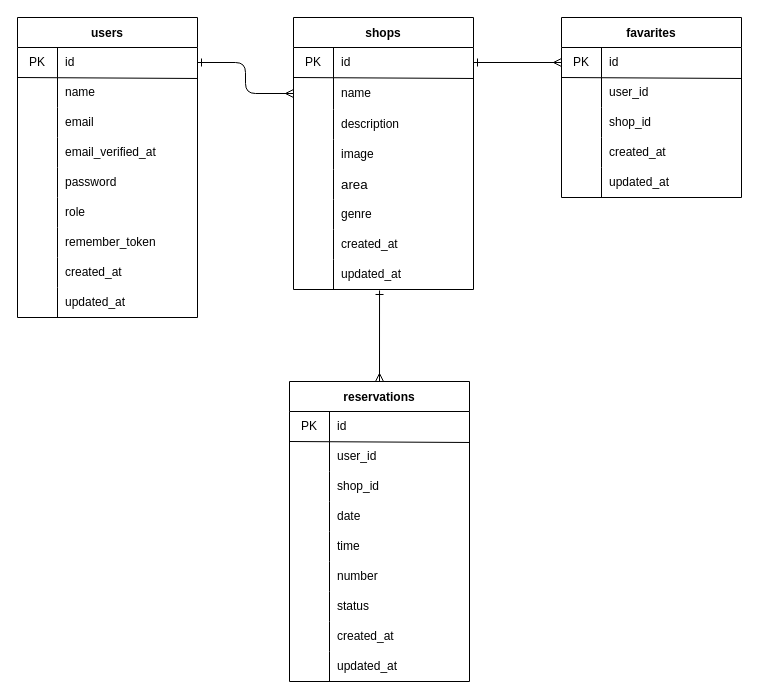
The draw.io diagram erd.dio in shun1019/rese-app, before the edit. Source tidied: cells renumbered, new cells numbered last; positions are measured from the earlier drawing's top-left corner, leaving out a move shared by most shapes. Both pictures are drawn from the tidied source at 100%, with x=0, y=0 at pixel (17, 17).
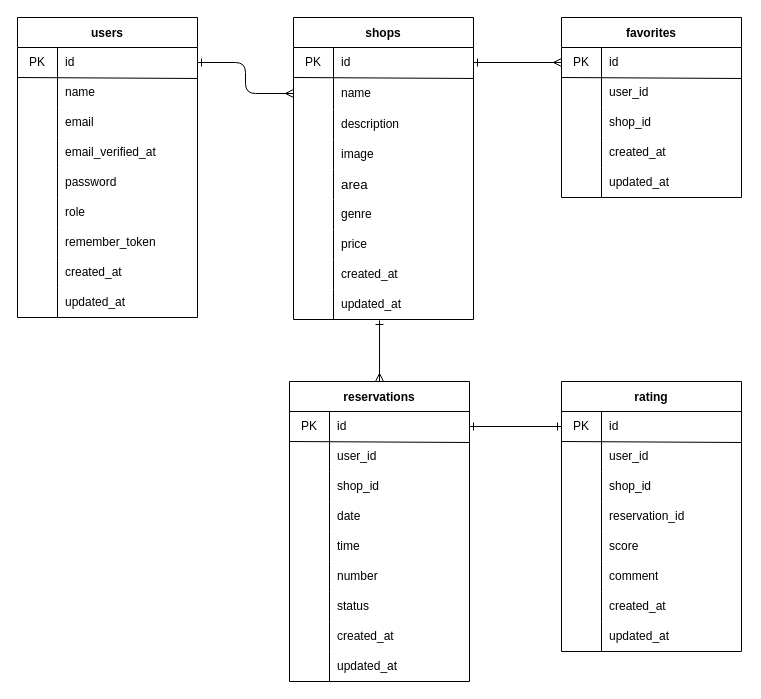
The same page after the edit.

Unchanged cells that the change refers to:
```xml
<mxCell id="59" style="shape=tableRow;horizontal=0;startSize=0;swimlaneHead=0;swimlaneBody=0;top=0;left=0;bottom=0;right=0;fillColor=none;points=[[0,0.5],[1,0.5]];portConstraint=eastwest;fontColor=#000000;" parent="58" vertex="1">
  <mxGeometry y="30" width="180" height="30" as="geometry" />
</mxCell>
```

Diff of the diagram source:
```diff
@@
     <mxCell id="32" value="shops" style="shape=table;startSize=30;childLayout=tableLayout;rowLines=0;fontStyle=1;fontColor=#000000;labelBackgroundColor=none;fillColor=#fff;strokeColor=#000000;swimlaneFillColor=#FFFFFF;" parent="1" vertex="1">
-      <mxGeometry x="276" width="180" height="272" as="geometry" />
+      <mxGeometry x="276" width="180" height="302" as="geometry" />
     </mxCell>
@@
+    <mxCell id="106" style="shape=tableRow;horizontal=0;startSize=0;swimlaneHead=0;swimlaneBody=0;top=0;left=0;bottom=0;right=0;fillColor=none;fontColor=#000000;" parent="32" vertex="1">
+      <mxGeometry y="182" width="180" height="30" as="geometry" />
+    </mxCell>
+    <mxCell id="107" style="shape=partialRectangle;html=1;whiteSpace=wrap;fillColor=none;top=0;left=0;bottom=0;right=0;overflow=hidden;fontColor=#000000;" parent="106" vertex="1">
+      <mxGeometry width="40" height="30" as="geometry" />
+    </mxCell>
+    <mxCell id="108" value="&lt;span style=&quot;color: rgb(0, 0, 0);&quot;&gt;genre&lt;/span&gt;" style="shape=partialRectangle;html=1;whiteSpace=wrap;fillColor=none;top=0;left=0;bottom=0;right=0;align=left;spacingLeft=6;overflow=hidden;fontColor=#000000;" parent="106" vertex="1">
+      <mxGeometry x="40" width="140" height="30" as="geometry" />
+    </mxCell>
     <mxCell id="48" style="shape=tableRow;horizontal=0;startSize=0;swimlaneHead=0;swimlaneBody=0;top=0;left=0;bottom=0;right=0;fillColor=none;fontColor=#000000;" parent="32" vertex="1">
-      <mxGeometry y="182" width="180" height="30" as="geometry" />
+      <mxGeometry y="212" width="180" height="30" as="geometry" />
     </mxCell>
@@
-    <mxCell id="50" value="genre" style="shape=partialRectangle;html=1;whiteSpace=wrap;fillColor=none;top=0;left=0;bottom=0;right=0;align=left;spacingLeft=6;overflow=hidden;fontColor=#000000;" parent="48" vertex="1">
+    <mxCell id="50" value="price" style="shape=partialRectangle;html=1;whiteSpace=wrap;fillColor=none;top=0;left=0;bottom=0;right=0;align=left;spacingLeft=6;overflow=hidden;fontColor=#000000;" parent="48" vertex="1">
       <mxGeometry x="40" width="140" height="30" as="geometry" />
     </mxCell>
     <mxCell id="51" style="shape=tableRow;horizontal=0;startSize=0;swimlaneHead=0;swimlaneBody=0;top=0;left=0;bottom=0;right=0;fillColor=none;fontColor=#000000;" parent="32" vertex="1">
-      <mxGeometry y="212" width="180" height="30" as="geometry" />
+      <mxGeometry y="242" width="180" height="30" as="geometry" />
     </mxCell>
@@
     <mxCell id="54" style="shape=tableRow;horizontal=0;startSize=0;swimlaneHead=0;swimlaneBody=0;top=0;left=0;bottom=0;right=0;fillColor=none;points=[[0,0.5],[1,0.5]];portConstraint=eastwest;fontColor=#000000;" parent="32" vertex="1">
-      <mxGeometry y="242" width="180" height="30" as="geometry" />
+      <mxGeometry y="272" width="180" height="30" as="geometry" />
     </mxCell>
@@
-    <mxCell id="88" value="favarites" style="shape=table;startSize=30;childLayout=tableLayout;rowLines=0;fontStyle=1;fontColor=#000000;labelBackgroundColor=none;fillColor=#fff;strokeColor=#000000;fillStyle=auto;swimlaneLine=1;swimlaneFillColor=#FFFFFF;" parent="1" vertex="1">
+    <mxCell id="88" value="favorites" style="shape=table;startSize=30;childLayout=tableLayout;rowLines=0;fontStyle=1;fontColor=#000000;labelBackgroundColor=none;fillColor=#fff;strokeColor=#000000;fillStyle=auto;swimlaneLine=1;swimlaneFillColor=#FFFFFF;" parent="1" vertex="1">
       <mxGeometry x="544" width="180" height="180" as="geometry" />
     </mxCell>
@@
+    <mxCell id="109" value="rating" style="shape=table;startSize=30;childLayout=tableLayout;rowLines=0;fontStyle=1;fontColor=#000000;labelBackgroundColor=none;fillColor=#fff;strokeColor=#000000;fillStyle=auto;swimlaneLine=1;swimlaneFillColor=#FFFFFF;" parent="1" vertex="1">
+      <mxGeometry x="544" y="364" width="180" height="270" as="geometry" />
+    </mxCell>
+    <mxCell id="110" style="shape=tableRow;horizontal=0;startSize=0;swimlaneHead=0;swimlaneBody=0;top=0;left=0;bottom=0;right=0;fillColor=none;points=[[0,0.5],[1,0.5]];portConstraint=eastwest;fontColor=#000000;" parent="109" vertex="1">
+      <mxGeometry y="30" width="180" height="30" as="geometry" />
+    </mxCell>
+    <mxCell id="111" value="PK" style="shape=partialRectangle;html=1;whiteSpace=wrap;fillColor=none;top=0;left=0;bottom=0;right=0;overflow=hidden;fontColor=#000000;" parent="110" vertex="1">
+      <mxGeometry width="40" height="30" as="geometry" />
+    </mxCell>
+    <mxCell id="112" value="id" style="shape=partialRectangle;html=1;whiteSpace=wrap;fillColor=none;top=0;left=0;bottom=0;right=0;align=left;spacingLeft=6;overflow=hidden;fontColor=#000000;" parent="110" vertex="1">
+      <mxGeometry x="40" width="140" height="30" as="geometry" />
+    </mxCell>
+    <mxCell id="113" style="shape=tableRow;horizontal=0;startSize=0;swimlaneHead=0;swimlaneBody=0;top=0;left=0;bottom=0;right=0;fillColor=none;fontColor=#000000;" parent="109" vertex="1">
+      <mxGeometry y="60" width="180" height="30" as="geometry" />
+    </mxCell>
+    <mxCell id="114" style="shape=partialRectangle;html=1;whiteSpace=wrap;fillColor=none;top=0;left=0;bottom=0;right=0;overflow=hidden;fontColor=#000000;" parent="113" vertex="1">
+      <mxGeometry width="40" height="30" as="geometry" />
+    </mxCell>
+    <mxCell id="115" value="&lt;span style=&quot;text-align: center;&quot;&gt;user_id&lt;/span&gt;" style="shape=partialRectangle;html=1;whiteSpace=wrap;fillColor=none;top=0;left=0;bottom=0;right=0;align=left;spacingLeft=6;overflow=hidden;fontColor=#000000;" parent="113" vertex="1">
+      <mxGeometry x="40" width="140" height="30" as="geometry" />
+    </mxCell>
+    <mxCell id="116" style="shape=tableRow;horizontal=0;startSize=0;swimlaneHead=0;swimlaneBody=0;top=0;left=0;bottom=0;right=0;fillColor=none;fontColor=#000000;" parent="109" vertex="1">
+      <mxGeometry y="90" width="180" height="30" as="geometry" />
+    </mxCell>
+    <mxCell id="117" style="shape=partialRectangle;html=1;whiteSpace=wrap;fillColor=none;top=0;left=0;bottom=0;right=0;overflow=hidden;fontColor=#000000;" parent="116" vertex="1">
+      <mxGeometry width="40" height="30" as="geometry" />
+    </mxCell>
+    <mxCell id="118" value="shop_id" style="shape=partialRectangle;html=1;whiteSpace=wrap;fillColor=none;top=0;left=0;bottom=0;right=0;align=left;spacingLeft=6;overflow=hidden;fontColor=#000000;" parent="116" vertex="1">
+      <mxGeometry x="40" width="140" height="30" as="geometry" />
+    </mxCell>
+    <mxCell id="119" style="shape=tableRow;horizontal=0;startSize=0;swimlaneHead=0;swimlaneBody=0;top=0;left=0;bottom=0;right=0;fillColor=none;fontColor=#000000;" parent="109" vertex="1">
+      <mxGeometry y="120" width="180" height="30" as="geometry" />
+    </mxCell>
+    <mxCell id="120" style="shape=partialRectangle;html=1;whiteSpace=wrap;fillColor=none;top=0;left=0;bottom=0;right=0;overflow=hidden;fontColor=#000000;" parent="119" vertex="1">
+      <mxGeometry width="40" height="30" as="geometry" />
+    </mxCell>
+    <mxCell id="121" value="reservation_id" style="shape=partialRectangle;html=1;whiteSpace=wrap;fillColor=none;top=0;left=0;bottom=0;right=0;align=left;spacingLeft=6;overflow=hidden;fontColor=#000000;" parent="119" vertex="1">
+      <mxGeometry x="40" width="140" height="30" as="geometry" />
+    </mxCell>
+    <mxCell id="122" style="shape=tableRow;horizontal=0;startSize=0;swimlaneHead=0;swimlaneBody=0;top=0;left=0;bottom=0;right=0;fillColor=none;fontColor=#000000;" parent="109" vertex="1">
+      <mxGeometry y="150" width="180" height="30" as="geometry" />
+    </mxCell>
+    <mxCell id="123" style="shape=partialRectangle;html=1;whiteSpace=wrap;fillColor=none;top=0;left=0;bottom=0;right=0;overflow=hidden;fontColor=#000000;" parent="122" vertex="1">
+      <mxGeometry width="40" height="30" as="geometry" />
+    </mxCell>
+    <mxCell id="124" value="score" style="shape=partialRectangle;html=1;whiteSpace=wrap;fillColor=none;top=0;left=0;bottom=0;right=0;align=left;spacingLeft=6;overflow=hidden;fontColor=#000000;" parent="122" vertex="1">
+      <mxGeometry x="40" width="140" height="30" as="geometry" />
+    </mxCell>
+    <mxCell id="125" style="shape=tableRow;horizontal=0;startSize=0;swimlaneHead=0;swimlaneBody=0;top=0;left=0;bottom=0;right=0;fillColor=none;fontColor=#000000;" parent="109" vertex="1">
+      <mxGeometry y="180" width="180" height="30" as="geometry" />
+    </mxCell>
+    <mxCell id="126" style="shape=partialRectangle;html=1;whiteSpace=wrap;fillColor=none;top=0;left=0;bottom=0;right=0;overflow=hidden;fontColor=#000000;" parent="125" vertex="1">
+      <mxGeometry width="40" height="30" as="geometry" />
+    </mxCell>
+    <mxCell id="127" value="comment" style="shape=partialRectangle;html=1;whiteSpace=wrap;fillColor=none;top=0;left=0;bottom=0;right=0;align=left;spacingLeft=6;overflow=hidden;fontColor=#000000;" parent="125" vertex="1">
+      <mxGeometry x="40" width="140" height="30" as="geometry" />
+    </mxCell>
+    <mxCell id="128" style="shape=tableRow;horizontal=0;startSize=0;swimlaneHead=0;swimlaneBody=0;top=0;left=0;bottom=0;right=0;fillColor=none;fontColor=#000000;" parent="109" vertex="1">
+      <mxGeometry y="210" width="180" height="30" as="geometry" />
+    </mxCell>
+    <mxCell id="129" style="shape=partialRectangle;html=1;whiteSpace=wrap;fillColor=none;top=0;left=0;bottom=0;right=0;overflow=hidden;fontColor=#000000;" parent="128" vertex="1">
+      <mxGeometry width="40" height="30" as="geometry" />
+    </mxCell>
+    <mxCell id="130" value="&lt;span style=&quot;color: rgb(0, 0, 0);&quot;&gt;created_at&lt;/span&gt;" style="shape=partialRectangle;html=1;whiteSpace=wrap;fillColor=none;top=0;left=0;bottom=0;right=0;align=left;spacingLeft=6;overflow=hidden;fontColor=#000000;" parent="128" vertex="1">
+      <mxGeometry x="40" width="140" height="30" as="geometry" />
+    </mxCell>
+    <mxCell id="131" style="shape=tableRow;horizontal=0;startSize=0;swimlaneHead=0;swimlaneBody=0;top=0;left=0;bottom=0;right=0;fillColor=none;fontColor=#000000;" parent="109" vertex="1">
+      <mxGeometry y="240" width="180" height="30" as="geometry" />
+    </mxCell>
+    <mxCell id="132" style="shape=partialRectangle;html=1;whiteSpace=wrap;fillColor=none;top=0;left=0;bottom=0;right=0;overflow=hidden;fontColor=#000000;" parent="131" vertex="1">
+      <mxGeometry width="40" height="30" as="geometry" />
+    </mxCell>
+    <mxCell id="133" value="updated_at" style="shape=partialRectangle;html=1;whiteSpace=wrap;fillColor=none;top=0;left=0;bottom=0;right=0;align=left;spacingLeft=6;overflow=hidden;fontColor=#000000;" parent="131" vertex="1">
+      <mxGeometry x="40" width="140" height="30" as="geometry" />
+    </mxCell>
+    <mxCell id="134" style="endArrow=none;html=1;strokeColor=#000000;exitX=1.002;exitY=1.033;exitDx=0;exitDy=0;exitPerimeter=0;fontColor=#000000;" parent="109" edge="1" source="110">
+      <mxGeometry relative="1" as="geometry">
+        <mxPoint y="60" as="targetPoint" />
+      </mxGeometry>
+    </mxCell>
+    <mxCell id="135" style="edgeStyle=orthogonalEdgeStyle;html=1;strokeColor=#000000;startArrow=ERone;startFill=0;endArrow=ERone;endFill=0;entryX=1;entryY=0.5;entryDx=0;entryDy=0;exitX=0;exitY=0.5;exitDx=0;exitDy=0;" parent="1" edge="1" source="110" target="59">
+      <mxGeometry relative="1" as="geometry" />
+    </mxCell>
```
